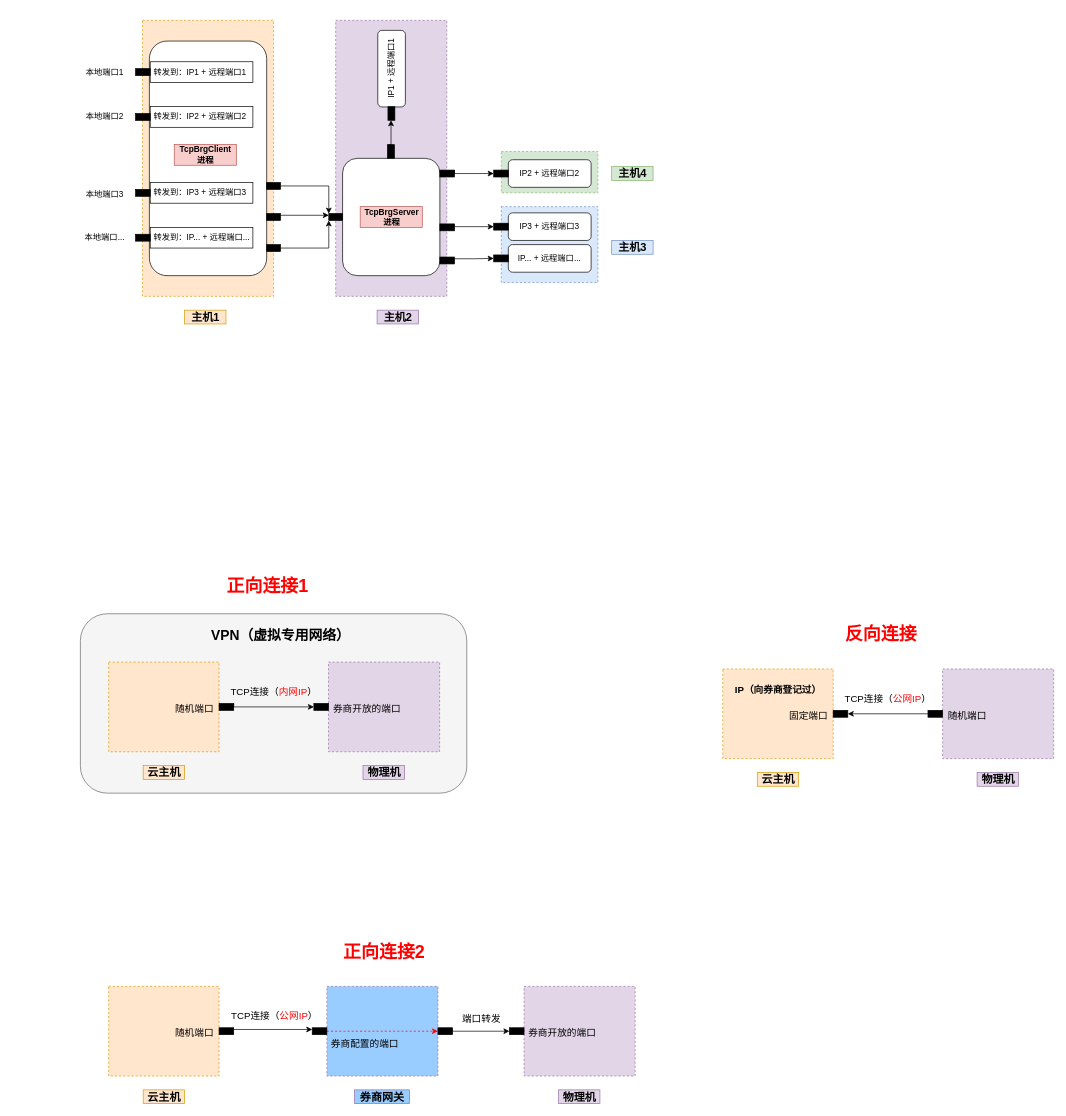
This is TcpBrg.drawio from haycheng/draw.io, a draw.io file, before an edit. Source tidied: cells renumbered, new cells numbered last; positions are measured from the earlier drawing's top-left corner, leaving out a move shared by most shapes. Both pictures are drawn from the tidied source at 69%, with x=0, y=0 at pixel (80, 20).
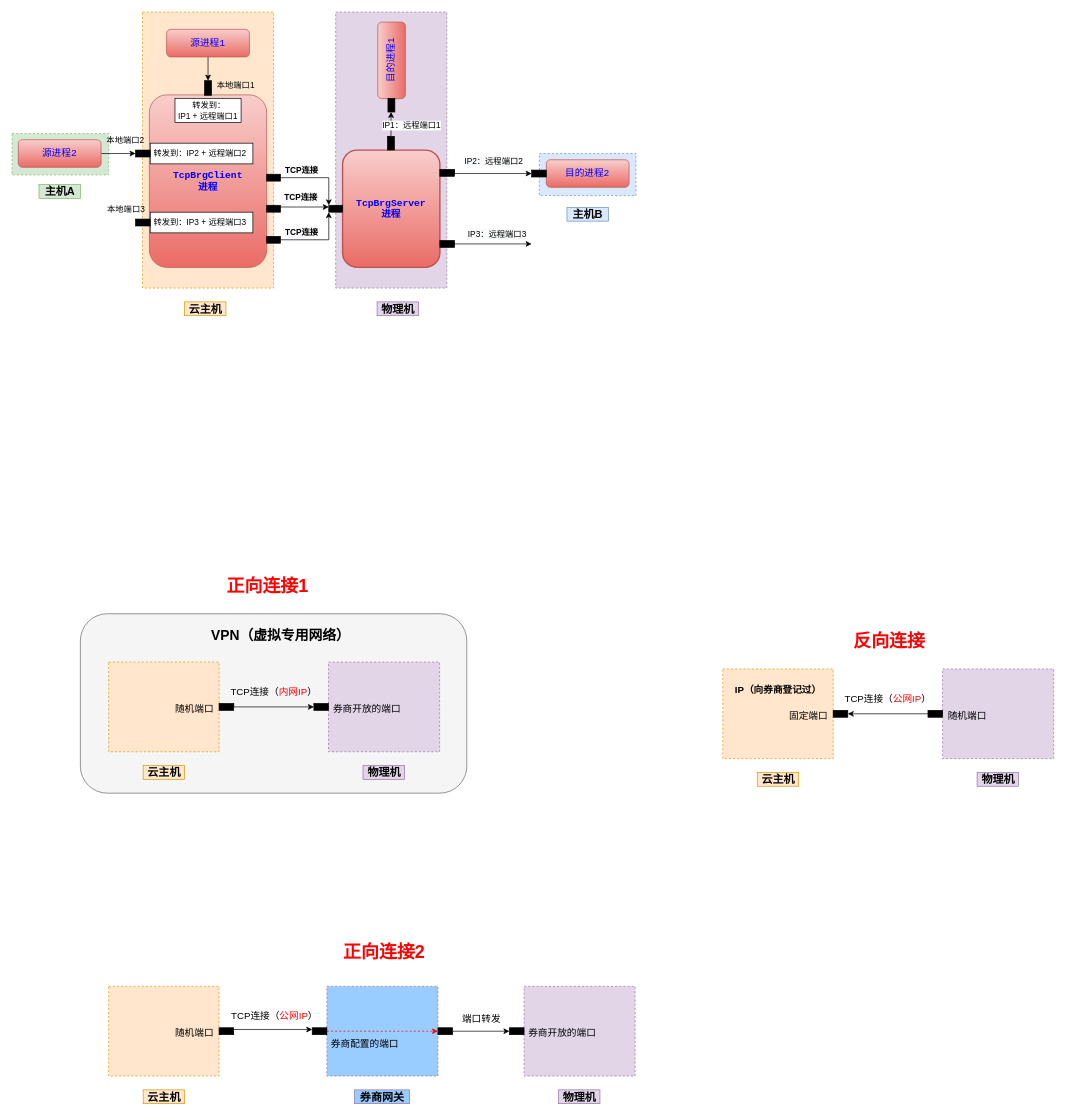
After the change.

Unchanged cells that the change refers to:
```xml
<mxCell id="17" style="rounded=0;whiteSpace=wrap;html=1;fillColor=#000000;" parent="15" vertex="1">
  <mxGeometry y="10" width="21.2" height="10" as="geometry" />
</mxCell>
```

Change to the diagram source:
```diff
@@
+    <mxCell id="102" style="rounded=0;whiteSpace=wrap;html=1;fillColor=#d5e8d4;dashed=1;strokeColor=#82b366;" parent="1" vertex="1">
+      <mxGeometry x="-99" y="164" width="140" height="60" as="geometry" />
+    </mxCell>
@@
     <mxCell id="3" style="rounded=0;whiteSpace=wrap;html=1;fillColor=#dae8fc;dashed=1;strokeColor=#6c8ebf;" parent="1" vertex="1">
-      <mxGeometry x="610" y="270" width="140" height="110" as="geometry" />
+      <mxGeometry x="665.2" y="193" width="140" height="61" as="geometry" />
     </mxCell>
-    <mxCell id="4" style="rounded=0;whiteSpace=wrap;html=1;fillColor=#d5e8d4;dashed=1;strokeColor=#82b366;" parent="1" vertex="1">
-      <mxGeometry x="610" y="190" width="140" height="60" as="geometry" />
-    </mxCell>
     <mxCell id="5" style="rounded=0;whiteSpace=wrap;html=1;fillColor=#e1d5e7;dashed=1;strokeColor=#9673a6;" parent="1" vertex="1">
-      <mxGeometry x="370" width="161" height="400" as="geometry" />
+      <mxGeometry x="370" y="-12" width="161" height="400" as="geometry" />
     </mxCell>
     <mxCell id="6" style="rounded=0;whiteSpace=wrap;html=1;fillColor=#ffe6cc;dashed=1;strokeColor=#d79b00;" parent="1" vertex="1">
-      <mxGeometry x="90" width="190" height="400" as="geometry" />
+      <mxGeometry x="90" y="-12" width="190" height="400" as="geometry" />
     </mxCell>
-    <mxCell id="7" style="rounded=1;whiteSpace=wrap;html=1;" parent="1" vertex="1">
-      <mxGeometry x="100" y="30" width="170" height="340" as="geometry" />
+    <mxCell id="7" value="&lt;font face=&quot;Courier New&quot; style=&quot;font-size: 14px&quot; color=&quot;#0000ff&quot;&gt;&lt;span style=&quot;font-weight: 700&quot;&gt;TcpBrgClient&lt;/span&gt;&lt;br style=&quot;font-weight: 700&quot;&gt;&lt;span style=&quot;font-weight: 700&quot;&gt;进程&lt;/span&gt;&lt;/font&gt;" style="rounded=1;whiteSpace=wrap;html=1;fillColor=#f8cecc;gradientColor=#ea6b66;strokeColor=#b85450;" parent="1" vertex="1">
+      <mxGeometry x="100" y="108" width="170" height="250" as="geometry" />
     </mxCell>
     <mxCell id="8" style="group;" parent="1" vertex="1">
-      <mxGeometry x="80" y="60" width="170" height="30" as="geometry" />
+      <mxGeometry x="118.6" y="113" width="114" height="35" as="geometry" />
     </mxCell>
-    <mxCell id="9" value="&amp;nbsp;转发到：IP1 + 远程端口1" style="rounded=0;whiteSpace=wrap;html=1;align=left;" parent="8" vertex="1">
-      <mxGeometry x="21.2" width="148.8" height="30" as="geometry" />
+    <mxCell id="9" value="&amp;nbsp;转发到：&lt;br&gt;IP1 + 远程端口1" style="rounded=0;whiteSpace=wrap;html=1;align=center;" parent="8" vertex="1">
+      <mxGeometry x="18.5" width="95.8" height="35" as="geometry" />
     </mxCell>
-    <mxCell id="10" style="rounded=0;whiteSpace=wrap;html=1;fillColor=#000000;" parent="8" vertex="1">
-      <mxGeometry y="10" width="21.2" height="10" as="geometry" />
-    </mxCell>
     <mxCell id="11" value="本地端口1" style="text;html=1;align=center;verticalAlign=middle;fillColor=none;strokeColor=none;rounded=0;" parent="1" vertex="1">
-      <mxGeometry y="65" width="70" height="20" as="geometry" />
+      <mxGeometry x="189.6" y="84" width="70" height="20" as="geometry" />
     </mxCell>
     <mxCell id="12" style="group;" parent="1" vertex="1">
-      <mxGeometry x="80" y="235" width="170" height="30" as="geometry" />
+      <mxGeometry x="80" y="278" width="170" height="30" as="geometry" />
     </mxCell>
@@
     <mxCell id="15" style="group;" parent="1" vertex="1">
-      <mxGeometry x="80" y="125" width="170" height="30" as="geometry" />
+      <mxGeometry x="80" y="178" width="170" height="30" as="geometry" />
     </mxCell>
@@
-    <mxCell id="18" style="group;" parent="1" vertex="1">
-      <mxGeometry x="80" y="300" width="170" height="30" as="geometry" />
-    </mxCell>
-    <mxCell id="19" value="&amp;nbsp;转发到：IP... + 远程端口..." style="rounded=0;whiteSpace=wrap;html=1;align=left;" parent="18" vertex="1">
-      <mxGeometry x="21.2" width="148.8" height="30" as="geometry" />
-    </mxCell>
-    <mxCell id="20" style="rounded=0;whiteSpace=wrap;html=1;fillColor=#000000;" parent="18" vertex="1">
-      <mxGeometry y="10" width="21.2" height="10" as="geometry" />
-    </mxCell>
     <mxCell id="21" value="本地端口2" style="text;html=1;align=center;verticalAlign=middle;fillColor=none;strokeColor=none;rounded=0;" parent="1" vertex="1">
-      <mxGeometry y="130" width="70" height="20" as="geometry" />
+      <mxGeometry x="30" y="164" width="70" height="20" as="geometry" />
     </mxCell>
     <mxCell id="22" value="本地端口3" style="text;html=1;align=center;verticalAlign=middle;fillColor=none;strokeColor=none;rounded=0;" parent="1" vertex="1">
-      <mxGeometry y="243" width="70" height="20" as="geometry" />
+      <mxGeometry x="31" y="264" width="70" height="20" as="geometry" />
     </mxCell>
-    <mxCell id="23" value="本地端口..." style="text;html=1;align=center;verticalAlign=middle;fillColor=none;strokeColor=none;rounded=0;" parent="1" vertex="1">
-      <mxGeometry y="305" width="70" height="20" as="geometry" />
-    </mxCell>
-    <mxCell id="24" style="rounded=1;whiteSpace=wrap;html=1;" parent="1" vertex="1">
-      <mxGeometry x="380" y="200" width="141" height="170" as="geometry" />
+    <mxCell id="24" value="&lt;font face=&quot;Courier New&quot; style=&quot;font-size: 14px&quot; color=&quot;#0000ff&quot;&gt;&lt;span style=&quot;font-weight: 700&quot;&gt;TcpBrgServer&lt;/span&gt;&lt;br style=&quot;font-weight: 700&quot;&gt;&lt;span style=&quot;font-weight: 700&quot;&gt;进程&lt;/span&gt;&lt;/font&gt;" style="rounded=1;whiteSpace=wrap;html=1;strokeWidth=2;fillColor=#f8cecc;strokeColor=#b85450;gradientColor=#ea6b66;" parent="1" vertex="1">
+      <mxGeometry x="380" y="188" width="141" height="170" as="geometry" />
     </mxCell>
@@
     <mxCell id="26" style="rounded=0;whiteSpace=wrap;html=1;fillColor=#000000;" parent="1" vertex="1">
-      <mxGeometry x="270" y="235" width="20" height="10" as="geometry" />
+      <mxGeometry x="270" y="223" width="20" height="10" as="geometry" />
     </mxCell>
@@
     <mxCell id="28" style="rounded=0;whiteSpace=wrap;html=1;fillColor=#000000;" parent="1" vertex="1">
-      <mxGeometry x="270" y="280" width="20" height="10" as="geometry" />
+      <mxGeometry x="270" y="268" width="20" height="10" as="geometry" />
     </mxCell>
@@
     <mxCell id="30" style="rounded=0;whiteSpace=wrap;html=1;fillColor=#000000;" parent="1" vertex="1">
-      <mxGeometry x="270" y="325" width="20" height="10" as="geometry" />
+      <mxGeometry x="270" y="313" width="20" height="10" as="geometry" />
     </mxCell>
     <mxCell id="31" style="rounded=0;whiteSpace=wrap;html=1;fillColor=#000000;" parent="1" vertex="1">
-      <mxGeometry x="360" y="280" width="20" height="10" as="geometry" />
+      <mxGeometry x="360" y="268" width="20" height="10" as="geometry" />
     </mxCell>
-    <mxCell id="32" style="group;rotation=-90;" parent="1" vertex="1">
-      <mxGeometry x="390" y="66" width="130.6" height="40" as="geometry" />
-    </mxCell>
-    <mxCell id="33" value="&lt;span&gt;IP1 + 远程端口1&lt;/span&gt;" style="rounded=1;whiteSpace=wrap;html=1;fillColor=#FFFFFF;rotation=-90;" parent="32" vertex="1">
-      <mxGeometry x="5.5" y="-16" width="111" height="40" as="geometry" />
-    </mxCell>
-    <mxCell id="34" style="rounded=0;whiteSpace=wrap;html=1;fillColor=#000000;rotation=-90;" parent="32" vertex="1">
-      <mxGeometry x="50.9" y="64" width="19.7" height="10" as="geometry" />
-    </mxCell>
-    <mxCell id="35" style="edgeStyle=orthogonalEdgeStyle;rounded=0;orthogonalLoop=1;jettySize=auto;html=1;exitX=0.25;exitY=0;exitDx=0;exitDy=0;entryX=1;entryY=0.5;entryDx=0;entryDy=0;fontSize=16;" parent="32" edge="1" source="34" target="34">
-      <mxGeometry relative="1" as="geometry" />
-    </mxCell>
-    <mxCell id="36" style="group;" parent="1" vertex="1">
-      <mxGeometry x="599" y="202" width="141.2" height="40" as="geometry" />
-    </mxCell>
-    <mxCell id="37" value="&lt;span&gt;IP2 + 远程端口2&lt;/span&gt;" style="rounded=1;whiteSpace=wrap;html=1;fillColor=#FFFFFF;" parent="36" vertex="1">
-      <mxGeometry x="21.2" width="120" height="40" as="geometry" />
-    </mxCell>
-    <mxCell id="38" style="rounded=0;whiteSpace=wrap;html=1;fillColor=#000000;" parent="36" vertex="1">
-      <mxGeometry y="15" width="21.2" height="10" as="geometry" />
-    </mxCell>
-    <mxCell id="39" style="group;" parent="1" vertex="1">
-      <mxGeometry x="599" y="279" width="141.2" height="40" as="geometry" />
-    </mxCell>
-    <mxCell id="40" value="&lt;span&gt;IP3 + 远程端口3&lt;/span&gt;" style="rounded=1;whiteSpace=wrap;html=1;fillColor=#FFFFFF;" parent="39" vertex="1">
-      <mxGeometry x="21.2" width="120" height="40" as="geometry" />
-    </mxCell>
-    <mxCell id="41" style="rounded=0;whiteSpace=wrap;html=1;fillColor=#000000;" parent="39" vertex="1">
-      <mxGeometry y="15" width="21.2" height="10" as="geometry" />
-    </mxCell>
-    <mxCell id="42" style="group;" parent="1" vertex="1">
-      <mxGeometry x="599" y="325" width="141.2" height="40" as="geometry" />
-    </mxCell>
-    <mxCell id="43" value="&lt;span&gt;IP... + 远程端口...&lt;br&gt;&lt;/span&gt;" style="rounded=1;whiteSpace=wrap;html=1;fillColor=#FFFFFF;" parent="42" vertex="1">
-      <mxGeometry x="21.2" width="120" height="40" as="geometry" />
-    </mxCell>
-    <mxCell id="44" style="rounded=0;whiteSpace=wrap;html=1;fillColor=#000000;" parent="42" vertex="1">
-      <mxGeometry y="15" width="21.2" height="10" as="geometry" />
-    </mxCell>
-    <mxCell id="45" style="edgeStyle=orthogonalEdgeStyle;rounded=0;jettySize=auto;html=1;exitX=1;exitY=0.25;exitDx=0;exitDy=0;entryX=0;entryY=0.5;entryDx=0;entryDy=0;" parent="1" edge="1" source="46" target="44">
-      <mxGeometry relative="1" as="geometry" />
-    </mxCell>
-    <mxCell id="46" style="rounded=0;whiteSpace=wrap;html=1;fillColor=#000000;" parent="1" vertex="1">
-      <mxGeometry x="521" y="343" width="21.2" height="10" as="geometry" />
-    </mxCell>
-    <mxCell id="47" value="TcpBrgClient&lt;br&gt;进程" style="text;html=1;align=center;verticalAlign=middle;strokeColor=#b85450;fillColor=#f8cecc;fontStyle=1;" parent="1" vertex="1">
-      <mxGeometry x="136" y="180" width="90" height="30" as="geometry" />
-    </mxCell>
-    <mxCell id="48" value="TcpBrgServer&lt;br&gt;进程" style="text;html=1;align=center;verticalAlign=middle;strokeColor=#b85450;fillColor=#f8cecc;fontStyle=1;" parent="1" vertex="1">
-      <mxGeometry x="405.5" y="270" width="90" height="30" as="geometry" />
-    </mxCell>
-    <mxCell id="49" value="&lt;font style=&quot;font-size: 16px&quot;&gt;主机1&lt;/font&gt;" style="text;html=1;align=center;verticalAlign=middle;strokeColor=#d79b00;fillColor=#ffe6cc;fontStyle=1;" parent="1" vertex="1">
-      <mxGeometry x="151" y="420" width="60" height="20" as="geometry" />
+    <mxCell id="49" value="&lt;font style=&quot;font-size: 16px&quot;&gt;云主机&lt;/font&gt;" style="text;html=1;align=center;verticalAlign=middle;strokeColor=#d79b00;fillColor=#ffe6cc;fontStyle=1;" parent="1" vertex="1">
+      <mxGeometry x="151" y="408" width="60" height="20" as="geometry" />
     </mxCell>
-    <mxCell id="50" value="&lt;font style=&quot;font-size: 16px&quot;&gt;主机2&lt;/font&gt;" style="text;html=1;align=center;verticalAlign=middle;strokeColor=#9673a6;fillColor=#e1d5e7;fontStyle=1;" parent="1" vertex="1">
-      <mxGeometry x="430" y="420" width="60" height="20" as="geometry" />
+    <mxCell id="50" value="&lt;font style=&quot;font-size: 16px&quot;&gt;物理机&lt;/font&gt;" style="text;html=1;align=center;verticalAlign=middle;strokeColor=#9673a6;fillColor=#e1d5e7;fontStyle=1;" parent="1" vertex="1">
+      <mxGeometry x="430" y="408" width="60" height="20" as="geometry" />
     </mxCell>
     <mxCell id="51" style="edgeStyle=orthogonalEdgeStyle;rounded=0;orthogonalLoop=1;jettySize=auto;html=1;exitX=1;exitY=0.5;exitDx=0;exitDy=0;entryX=0;entryY=0.75;entryDx=0;entryDy=0;fontSize=16;" parent="1" edge="1">
       <mxGeometry relative="1" as="geometry">
-        <mxPoint x="447" y="180.2" as="sourcePoint" />
-        <mxPoint x="450.2" y="144.8" as="targetPoint" />
+        <mxPoint x="447" y="168.2" as="sourcePoint" />
+        <mxPoint x="450.2" y="132.8" as="targetPoint" />
       </mxGeometry>
     </mxCell>
     <mxCell id="52" style="rounded=0;whiteSpace=wrap;html=1;fillColor=#000000;rotation=-90;" parent="1" vertex="1">
-      <mxGeometry x="440.2" y="185" width="19.7" height="10" as="geometry" />
+      <mxGeometry x="440.2" y="173" width="19.7" height="10" as="geometry" />
     </mxCell>
-    <mxCell id="53" style="edgeStyle=orthogonalEdgeStyle;rounded=0;jettySize=auto;html=1;exitX=1;exitY=0.25;exitDx=0;exitDy=0;entryX=0;entryY=0.5;entryDx=0;entryDy=0;fontSize=16;" parent="1" edge="1" source="54" target="41">
+    <mxCell id="53" style="edgeStyle=orthogonalEdgeStyle;rounded=0;orthogonalLoop=1;jettySize=auto;html=1;exitX=1;exitY=0.25;exitDx=0;exitDy=0;entryX=0;entryY=0.5;entryDx=0;entryDy=0;fontSize=16;" parent="1" edge="1">
       <mxGeometry relative="1" as="geometry">
+        <mxPoint x="542.2" y="322.5" as="sourcePoint" />
+        <mxPoint x="654" y="324" as="targetPoint" />
         <Array as="points">
-          <mxPoint x="542" y="299" />
+          <mxPoint x="542" y="324" />
         </Array>
       </mxGeometry>
     </mxCell>
     <mxCell id="54" style="rounded=0;whiteSpace=wrap;html=1;fillColor=#000000;" parent="1" vertex="1">
-      <mxGeometry x="521" y="295" width="21.2" height="10" as="geometry" />
+      <mxGeometry x="521" y="319" width="21.2" height="10" as="geometry" />
     </mxCell>
-    <mxCell id="55" style="edgeStyle=orthogonalEdgeStyle;rounded=0;jettySize=auto;html=1;exitX=1;exitY=0;exitDx=0;exitDy=0;entryX=0;entryY=0.5;entryDx=0;entryDy=0;fontSize=16;" parent="1" edge="1" source="56" target="38">
+    <mxCell id="55" style="edgeStyle=orthogonalEdgeStyle;rounded=0;jettySize=auto;html=1;exitX=1;exitY=0;exitDx=0;exitDy=0;entryX=0;entryY=0.5;entryDx=0;entryDy=0;fontSize=16;" parent="1" edge="1" target="38">
       <mxGeometry relative="1" as="geometry">
+        <mxPoint x="542.2" y="217" as="sourcePoint" />
         <Array as="points">
           <mxPoint x="542" y="222" />
         </Array>
       </mxGeometry>
     </mxCell>
     <mxCell id="56" style="rounded=0;whiteSpace=wrap;html=1;fillColor=#000000;" parent="1" vertex="1">
-      <mxGeometry x="521" y="217" width="21.2" height="10" as="geometry" />
+      <mxGeometry x="521" y="216" width="21.2" height="10" as="geometry" />
     </mxCell>
-    <mxCell id="57" value="&lt;font style=&quot;font-size: 16px&quot;&gt;主机3&lt;/font&gt;" style="text;html=1;align=center;verticalAlign=middle;strokeColor=#6c8ebf;fillColor=#dae8fc;fontStyle=1;" parent="1" vertex="1">
-      <mxGeometry x="770" y="319" width="60" height="20" as="geometry" />
+    <mxCell id="57" value="&lt;font style=&quot;font-size: 16px&quot;&gt;主机B&lt;/font&gt;" style="text;html=1;align=center;verticalAlign=middle;strokeColor=#6c8ebf;fillColor=#dae8fc;fontStyle=1;" parent="1" vertex="1">
+      <mxGeometry x="705.2" y="271" width="60" height="20" as="geometry" />
     </mxCell>
-    <mxCell id="58" value="&lt;font style=&quot;font-size: 16px&quot;&gt;主机4&lt;/font&gt;" style="text;html=1;align=center;verticalAlign=middle;strokeColor=#82b366;fillColor=#d5e8d4;fontStyle=1;" parent="1" vertex="1">
-      <mxGeometry x="770" y="212" width="60" height="20" as="geometry" />
-    </mxCell>
@@
     <mxCell id="81" value="&lt;b&gt;&lt;font style=&quot;font-size: 26px&quot;&gt;反向连接&lt;/font&gt;&lt;/b&gt;" style="text;html=1;align=center;verticalAlign=middle;fillColor=none;strokeColor=none;rounded=0;fontColor=#FF0000;" parent="1" vertex="1">
-      <mxGeometry x="1100" y="880" width="120" height="20" as="geometry" />
+      <mxGeometry x="1112.2" y="890" width="120" height="20" as="geometry" />
     </mxCell>
@@
+    <mxCell id="103" value="&lt;span style=&quot;color: rgb(0 , 0 , 0) ; font-family: &amp;#34;helvetica&amp;#34; ; font-size: 12px ; font-style: normal ; font-weight: 400 ; letter-spacing: normal ; text-align: center ; text-indent: 0px ; text-transform: none ; word-spacing: 0px ; background-color: rgb(248 , 249 , 250) ; display: inline ; float: none&quot;&gt;IP2：远程端口2&lt;/span&gt;" style="text;whiteSpace=wrap;html=1;fontSize=14;fontFamily=Courier New;fontColor=#0000FF;" parent="1" vertex="1">
+      <mxGeometry x="555" y="190" width="110" height="30" as="geometry" />
+    </mxCell>
+    <mxCell id="104" value="&lt;span style=&quot;color: rgb(0 , 0 , 0) ; font-family: &amp;#34;helvetica&amp;#34; ; font-size: 12px ; font-style: normal ; font-weight: 400 ; letter-spacing: normal ; text-align: center ; text-indent: 0px ; text-transform: none ; word-spacing: 0px ; background-color: rgb(248 , 249 , 250) ; display: inline ; float: none&quot;&gt;IP3：远程端口3&lt;/span&gt;" style="text;whiteSpace=wrap;html=1;fontSize=14;fontFamily=Courier New;fontColor=#0000FF;" parent="1" vertex="1">
+      <mxGeometry x="560.2" y="295" width="110" height="30" as="geometry" />
+    </mxCell>
+    <mxCell id="105" value="&lt;span style=&quot;color: rgb(0 , 0 , 0) ; font-family: &amp;#34;helvetica&amp;#34; ; font-size: 12px ; font-style: normal ; font-weight: 400 ; letter-spacing: normal ; text-align: center ; text-indent: 0px ; text-transform: none ; word-spacing: 0px ; background-color: rgb(255 , 255 , 255) ; display: inline ; float: none&quot;&gt;IP1：远程端口1&lt;/span&gt;" style="text;whiteSpace=wrap;html=1;fontSize=14;fontFamily=Courier New;fontColor=#0000FF;" parent="1" vertex="1">
+      <mxGeometry x="436" y="138" width="110" height="30" as="geometry" />
+    </mxCell>
+    <mxCell id="37" value="&lt;span&gt;&lt;font face=&quot;Courier New&quot; style=&quot;font-size: 14px&quot; color=&quot;#0000ff&quot;&gt;目的进程2&lt;/font&gt;&lt;/span&gt;" style="rounded=1;whiteSpace=wrap;html=1;fillColor=#f8cecc;gradientColor=#ea6b66;strokeColor=#b85450;" parent="1" vertex="1">
+      <mxGeometry x="675.2" y="202" width="120" height="40" as="geometry" />
+    </mxCell>
+    <mxCell id="38" style="rounded=0;whiteSpace=wrap;html=1;fillColor=#000000;" parent="1" vertex="1">
+      <mxGeometry x="654" y="217" width="21.2" height="10" as="geometry" />
+    </mxCell>
+    <mxCell id="33" value="&lt;span&gt;&lt;font face=&quot;Courier New&quot; style=&quot;font-size: 14px&quot; color=&quot;#0000ff&quot;&gt;目的进程1&lt;/font&gt;&lt;/span&gt;" style="rounded=1;whiteSpace=wrap;html=1;fillColor=#f8cecc;rotation=-90;gradientColor=#ea6b66;strokeColor=#b85450;" parent="1" vertex="1">
+      <mxGeometry x="395.5" y="38" width="111" height="40" as="geometry" />
+    </mxCell>
+    <mxCell id="34" style="rounded=0;whiteSpace=wrap;html=1;fillColor=#000000;rotation=-90;" parent="1" vertex="1">
+      <mxGeometry x="440.9" y="118" width="19.7" height="10" as="geometry" />
+    </mxCell>
+    <mxCell id="35" style="edgeStyle=orthogonalEdgeStyle;rounded=0;orthogonalLoop=1;jettySize=auto;html=1;exitX=0.25;exitY=0;exitDx=0;exitDy=0;entryX=1;entryY=0.5;entryDx=0;entryDy=0;fontSize=16;" parent="1" edge="1" source="34" target="34">
+      <mxGeometry relative="1" as="geometry" />
+    </mxCell>
+    <mxCell id="106" style="edgeStyle=orthogonalEdgeStyle;rounded=0;jettySize=auto;html=1;exitX=0.5;exitY=1;exitDx=0;exitDy=0;entryX=0;entryY=0.5;entryDx=0;entryDy=0;fontFamily=Courier New;fontSize=14;fontColor=#0000FF;strokeColor=#000000;" parent="1" edge="1" source="107" target="10">
+      <mxGeometry relative="1" as="geometry" />
+    </mxCell>
+    <mxCell id="107" value="&lt;span&gt;&lt;font face=&quot;Courier New&quot; style=&quot;font-size: 14px&quot; color=&quot;#0000ff&quot;&gt;源进程1&lt;/font&gt;&lt;/span&gt;" style="rounded=1;whiteSpace=wrap;html=1;fillColor=#f8cecc;gradientColor=#ea6b66;strokeColor=#b85450;" parent="1" vertex="1">
+      <mxGeometry x="125" y="13" width="120" height="40" as="geometry" />
+    </mxCell>
+    <mxCell id="108" style="edgeStyle=orthogonalEdgeStyle;rounded=0;jettySize=auto;html=1;exitX=1;exitY=0.5;exitDx=0;exitDy=0;entryX=0;entryY=0.5;entryDx=0;entryDy=0;fontFamily=Courier New;fontSize=14;fontColor=#0000FF;strokeColor=#000000;" parent="1" edge="1" source="109" target="17">
+      <mxGeometry relative="1" as="geometry" />
+    </mxCell>
+    <mxCell id="109" value="&lt;span&gt;&lt;font face=&quot;Courier New&quot; style=&quot;font-size: 14px&quot; color=&quot;#0000ff&quot;&gt;源进程2&lt;/font&gt;&lt;/span&gt;" style="rounded=1;whiteSpace=wrap;html=1;fillColor=#f8cecc;gradientColor=#ea6b66;strokeColor=#b85450;" parent="1" vertex="1">
+      <mxGeometry x="-90" y="173" width="120" height="40" as="geometry" />
+    </mxCell>
+    <mxCell id="110" value="&lt;font style=&quot;font-size: 16px&quot;&gt;主机A&lt;/font&gt;" style="text;html=1;align=center;verticalAlign=middle;strokeColor=#82b366;fillColor=#d5e8d4;fontStyle=1;" parent="1" vertex="1">
+      <mxGeometry x="-60" y="238" width="60" height="20" as="geometry" />
+    </mxCell>
+    <mxCell id="10" style="rounded=0;whiteSpace=wrap;html=1;fillColor=#000000;rotation=90;" parent="1" vertex="1">
+      <mxGeometry x="174.4" y="93" width="21.2" height="10" as="geometry" />
+    </mxCell>
+    <mxCell id="111" value="&lt;span style=&quot;color: rgb(0 , 0 , 0) ; font-family: &amp;#34;helvetica&amp;#34; ; font-size: 12px ; font-style: normal ; letter-spacing: normal ; text-align: center ; text-indent: 0px ; text-transform: none ; word-spacing: 0px ; background-color: rgb(248 , 249 , 250) ; display: inline ; float: none&quot;&gt;&lt;b&gt;TCP连接&lt;/b&gt;&lt;/span&gt;" style="text;whiteSpace=wrap;html=1;fontSize=14;fontFamily=Courier New;fontColor=#0000FF;" parent="1" vertex="1">
+      <mxGeometry x="295" y="202" width="59" height="30" as="geometry" />
+    </mxCell>
+    <mxCell id="112" value="&lt;span style=&quot;color: rgb(0 , 0 , 0) ; font-family: &amp;#34;helvetica&amp;#34; ; font-size: 12px ; font-style: normal ; letter-spacing: normal ; text-align: center ; text-indent: 0px ; text-transform: none ; word-spacing: 0px ; background-color: rgb(248 , 249 , 250) ; display: inline ; float: none&quot;&gt;&lt;b&gt;TCP连接&lt;/b&gt;&lt;/span&gt;" style="text;whiteSpace=wrap;html=1;fontSize=14;fontFamily=Courier New;fontColor=#0000FF;" parent="1" vertex="1">
+      <mxGeometry x="294" y="242" width="59" height="30" as="geometry" />
+    </mxCell>
+    <mxCell id="113" value="&lt;span style=&quot;color: rgb(0 , 0 , 0) ; font-family: &amp;#34;helvetica&amp;#34; ; font-size: 12px ; font-style: normal ; letter-spacing: normal ; text-align: center ; text-indent: 0px ; text-transform: none ; word-spacing: 0px ; background-color: rgb(248 , 249 , 250) ; display: inline ; float: none&quot;&gt;&lt;b&gt;TCP连接&lt;/b&gt;&lt;/span&gt;" style="text;whiteSpace=wrap;html=1;fontSize=14;fontFamily=Courier New;fontColor=#0000FF;" parent="1" vertex="1">
+      <mxGeometry x="295" y="293" width="59" height="30" as="geometry" />
+    </mxCell>
```
